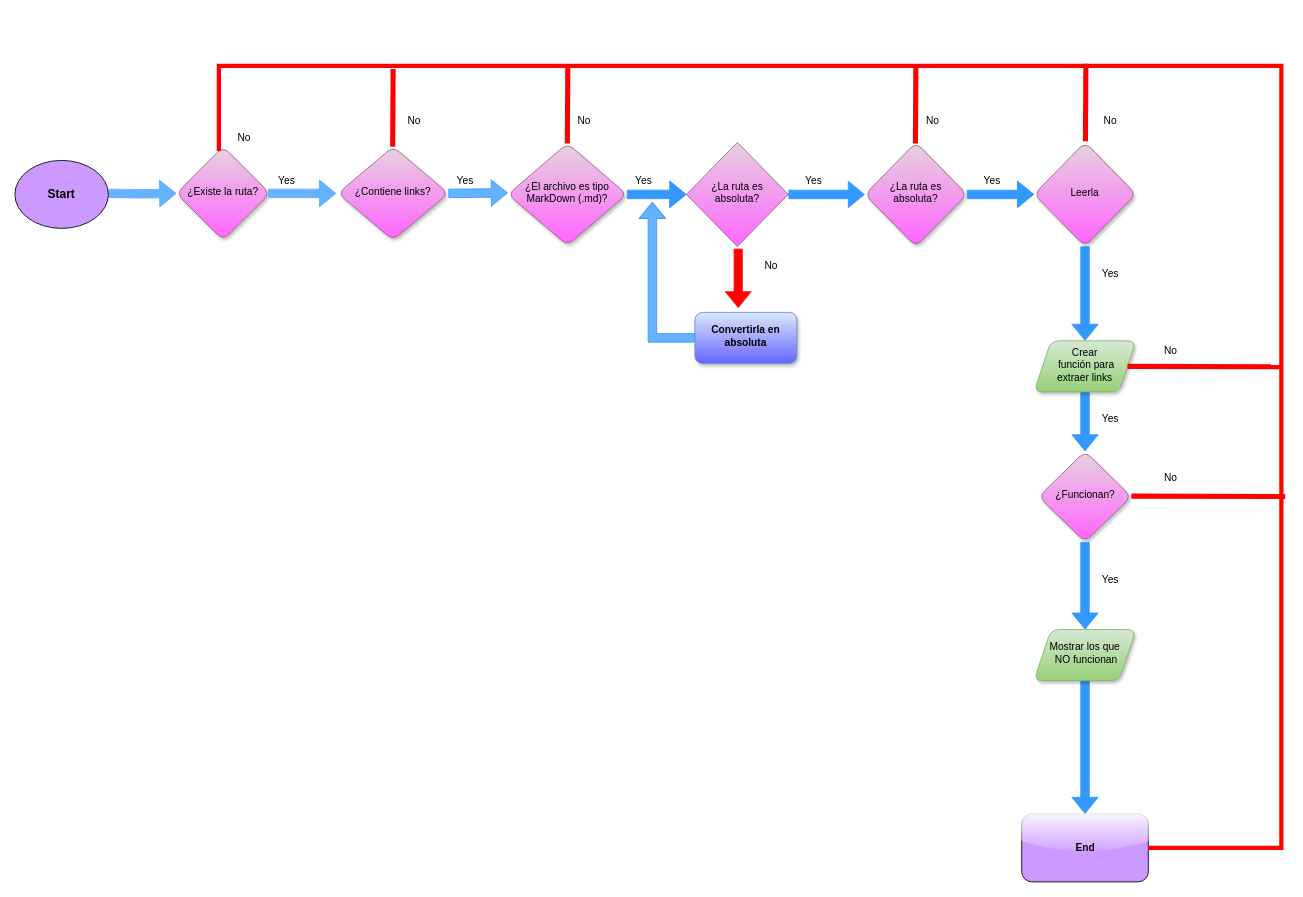
Above: Diagrama sin título.drawio in Laboratoria/DEV001-md-links (draw.io), before the change. Source tidied: cells renumbered, new cells numbered last; positions are measured from the earlier drawing's top-left corner, leaving out a move shared by most shapes. Both pictures are drawn from the tidied source at 85%, with x=0, y=0 at pixel (14, 64).
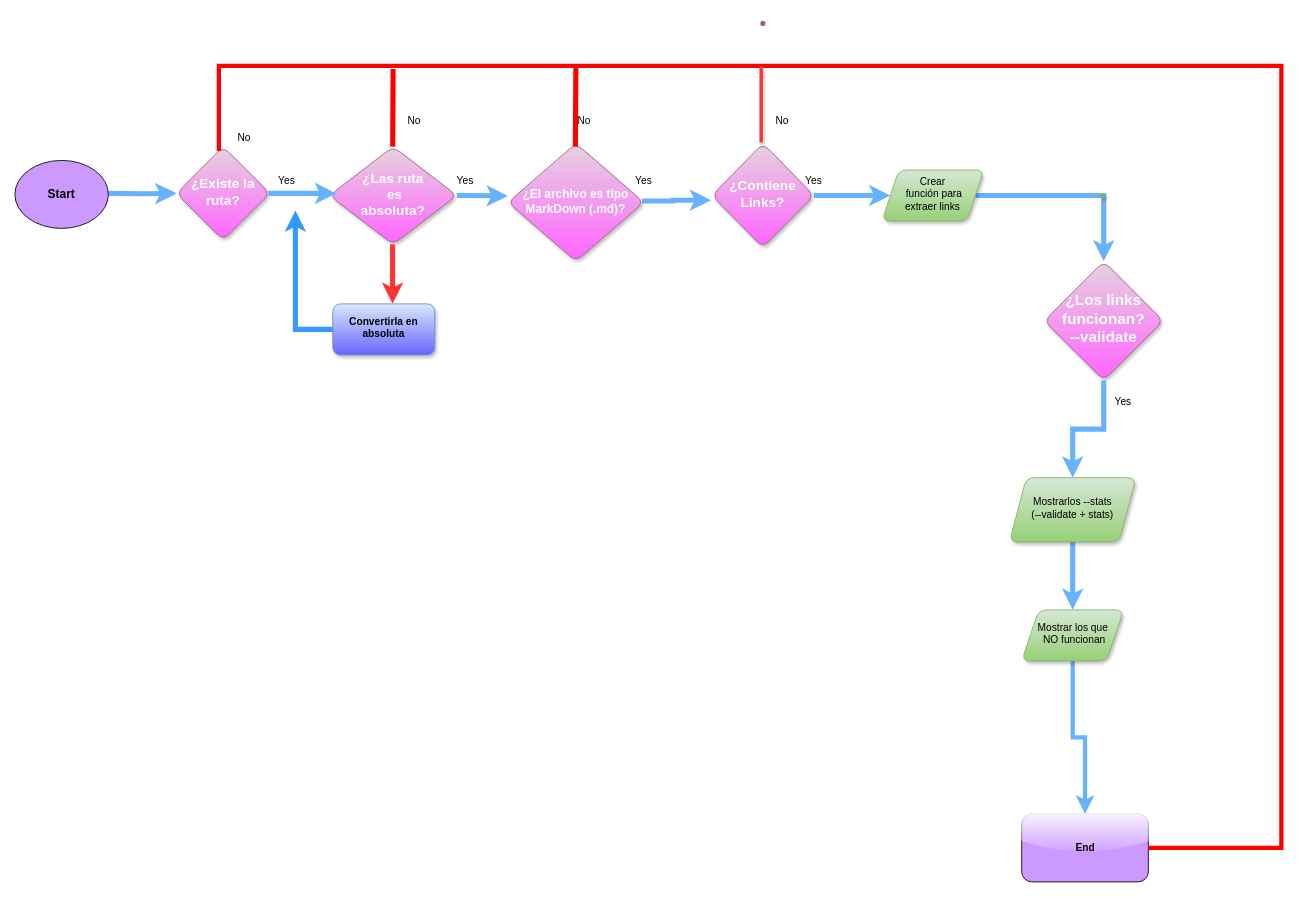
After the change.

Unchanged cells that the change refers to:
```xml
<mxCell id="11" value="&lt;b&gt;End&lt;/b&gt;" style="rounded=1;whiteSpace=wrap;html=1;fontSize=12;glass=1;strokeWidth=1;shadow=0;fillColor=#CC99FF;" parent="1" vertex="1">
  <mxGeometry x="1184.5" y="882" width="149" height="80" as="geometry" />
</mxCell>
```

The edit, as a diff of the source:
```diff
@@
-    <mxCell id="3" style="edgeStyle=orthogonalEdgeStyle;shape=flexArrow;rounded=0;jettySize=auto;html=1;strokeColor=#66B2FF;fontFamily=Helvetica;fillColor=#66B2FF;" parent="1" edge="1" target="12">
+    <mxCell id="3" style="edgeStyle=orthogonalEdgeStyle;rounded=0;jettySize=auto;html=1;strokeColor=#66B2FF;fontFamily=Helvetica;fillColor=#66B2FF;strokeWidth=6;" parent="1" edge="1" target="12">
       <mxGeometry relative="1" as="geometry">
         <mxPoint x="110" y="152" as="sourcePoint" />
       </mxGeometry>
     </mxCell>
@@
-    <mxCell id="5" value="¿Contiene links?" style="rhombus;whiteSpace=wrap;html=1;shadow=1;fontFamily=Helvetica;fontSize=12;align=center;strokeWidth=1;spacing=6;spacingTop=-4;fillColor=#e6d0de;rounded=1;gradientColor=#FF66FF;strokeColor=#996185;" parent="1" vertex="1">
-      <mxGeometry x="380" y="97" width="130" height="110" as="geometry" />
+    <mxCell id="5" value="&lt;font style=&quot;font-size: 16px;&quot; color=&quot;#ffffff&quot;&gt;&lt;b&gt;¿Las ruta&lt;br&gt;&amp;nbsp;es &lt;br&gt;absoluta?&lt;/b&gt;&lt;/font&gt;" style="rhombus;whiteSpace=wrap;html=1;shadow=1;fontFamily=Helvetica;fontSize=12;align=center;strokeWidth=1;spacing=6;spacingTop=-4;fillColor=#e6d0de;rounded=1;gradientColor=#FF66FF;strokeColor=#996185;" parent="1" vertex="1">
+      <mxGeometry x="370" y="97" width="150" height="115" as="geometry" />
     </mxCell>
-    <mxCell id="6" style="edgeStyle=orthogonalEdgeStyle;shape=flexArrow;rounded=0;jettySize=auto;html=1;strokeColor=#3399FF;fontFamily=Helvetica;fillColor=#3399FF;" parent="1" edge="1" source="7" target="16">
-      <mxGeometry relative="1" as="geometry" />
+    <mxCell id="6" style="edgeStyle=orthogonalEdgeStyle;rounded=0;orthogonalLoop=1;jettySize=auto;html=1;strokeColor=#66B2FF;fontFamily=Helvetica;fillColor=#3399FF;strokeWidth=6;" parent="1" edge="1">
+      <mxGeometry relative="1" as="geometry">
+        <mxPoint x="737.9" y="161" as="sourcePoint" />
+        <mxPoint x="819" y="160" as="targetPoint" />
+        <Array as="points">
+          <mxPoint x="774" y="161" />
+          <mxPoint x="774" y="160" />
+        </Array>
+      </mxGeometry>
     </mxCell>
-    <mxCell id="7" value="¿El archivo es tipo MarkDown (.md)?" style="rhombus;whiteSpace=wrap;html=1;shadow=1;fontFamily=Helvetica;fontSize=12;align=center;strokeWidth=1;spacing=6;spacingTop=-4;fillColor=#e6d0de;rounded=1;gradientColor=#FF66FF;strokeColor=#996185;" parent="1" vertex="1">
-      <mxGeometry x="580" y="93.2" width="140" height="120" as="geometry" />
+    <mxCell id="7" value="&lt;font size=&quot;1&quot; color=&quot;#ffffff&quot;&gt;&lt;b style=&quot;font-size: 14px;&quot;&gt;¿El archivo es tipo MarkDown (.md)?&lt;/b&gt;&lt;/font&gt;" style="rhombus;whiteSpace=wrap;html=1;shadow=1;fontFamily=Helvetica;fontSize=12;align=center;strokeWidth=1;spacing=6;spacingTop=-4;fillColor=#e6d0de;rounded=1;gradientColor=#FF66FF;strokeColor=#996185;" parent="1" vertex="1">
+      <mxGeometry x="580" y="93.2" width="160" height="138.8" as="geometry" />
     </mxCell>
     <mxCell id="8" value="&lt;b&gt;Convertirla en absoluta&lt;/b&gt;" style="rounded=1;whiteSpace=wrap;html=1;shadow=1;strokeWidth=1;spacing=6;spacingTop=-4;fillColor=#dae8fc;glass=0;gradientColor=#6666FF;strokeColor=#6c8ebf;" parent="1" vertex="1">
-      <mxGeometry x="800" y="292" width="120" height="60" as="geometry" />
+      <mxGeometry x="374" y="282" width="120" height="60" as="geometry" />
     </mxCell>
-    <mxCell id="9" value="Yes" style="text;html=1;strokeColor=none;fillColor=none;align=center;verticalAlign=middle;whiteSpace=wrap;rounded=0;" parent="1" vertex="1">
+    <mxCell id="9" value="Yes" style="text;html=1;strokeColor=none;fillColor=none;align=center;verticalAlign=middle;whiteSpace=wrap;rounded=0;strokeWidth=6;" parent="1" vertex="1">
       <mxGeometry x="290" y="122" width="60" height="30" as="geometry" />
     </mxCell>
-    <mxCell id="10" value="No" style="text;html=1;strokeColor=none;fillColor=none;align=center;verticalAlign=middle;whiteSpace=wrap;rounded=0;" parent="1" vertex="1">
-      <mxGeometry x="860" y="222" width="60" height="30" as="geometry" />
-    </mxCell>
@@
-    <mxCell id="12" value="¿Existe la ruta?" style="rhombus;whiteSpace=wrap;html=1;shadow=1;fontFamily=Helvetica;fontSize=12;align=center;strokeWidth=1;spacing=6;spacingTop=-4;fillColor=#e6d0de;strokeColor=#996185;rounded=1;gradientColor=#FF66FF;" parent="1" vertex="1">
+    <mxCell id="12" value="&lt;font size=&quot;1&quot; color=&quot;#ffffff&quot;&gt;&lt;b style=&quot;font-size: 16px;&quot;&gt;¿Existe la ruta?&lt;/b&gt;&lt;/font&gt;" style="rhombus;whiteSpace=wrap;html=1;shadow=1;fontFamily=Helvetica;fontSize=12;align=center;strokeWidth=1;spacing=6;spacingTop=-4;fillColor=#e6d0de;strokeColor=#996185;rounded=1;gradientColor=#FF66FF;" parent="1" vertex="1">
       <mxGeometry x="190" y="97" width="110" height="110" as="geometry" />
     </mxCell>
-    <mxCell id="13" style="endArrow=classic;html=1;rounded=0;strokeColor=#3399FF;fontFamily=Helvetica;fillColor=#66B2FF;shape=flexArrow;exitX=1;exitY=0.5;exitDx=0;exitDy=0;" parent="1" edge="1" source="5">
+    <mxCell id="13" style="endArrow=classic;html=1;rounded=0;strokeColor=#66B2FF;fontFamily=Helvetica;fillColor=#66B2FF;exitX=1;exitY=0.5;exitDx=0;exitDy=0;strokeWidth=6;" parent="1" edge="1" source="5">
       <mxGeometry relative="1" as="geometry">
-        <mxPoint x="580" y="151.4" as="targetPoint" />
+        <mxPoint x="580" y="155" as="targetPoint" />
       </mxGeometry>
     </mxCell>
-    <mxCell id="14" style="edgeStyle=orthogonalEdgeStyle;shape=flexArrow;rounded=0;orthogonalLoop=1;jettySize=auto;html=1;strokeColor=#FF3333;fontFamily=Helvetica;fontSize=18;fillColor=#FF0000;entryX=0.417;entryY=0.167;entryDx=0;entryDy=0;entryPerimeter=0;" parent="1" edge="1">
+    <mxCell id="14" style="edgeStyle=orthogonalEdgeStyle;rounded=0;orthogonalLoop=1;jettySize=auto;html=1;strokeColor=#FF3333;fontFamily=Helvetica;fontSize=18;fillColor=#FF0000;strokeWidth=6;" parent="1" edge="1">
       <mxGeometry relative="1" as="geometry">
-        <mxPoint x="851" y="217" as="sourcePoint" />
-        <mxPoint x="851" y="287" as="targetPoint" />
+        <mxPoint x="444.4" y="212" as="sourcePoint" />
+        <mxPoint x="444.4" y="282" as="targetPoint" />
       </mxGeometry>
     </mxCell>
-    <mxCell id="15" style="edgeStyle=orthogonalEdgeStyle;shape=flexArrow;rounded=0;jettySize=auto;html=1;strokeColor=#3399FF;fontFamily=Helvetica;fontSize=18;fillColor=#3399FF;" parent="1" edge="1" source="16" target="22">
-      <mxGeometry relative="1" as="geometry" />
-    </mxCell>
+    <mxCell id="51" style="edgeStyle=orthogonalEdgeStyle;rounded=0;jettySize=auto;html=1;strokeColor=#66B2FF;strokeWidth=6;fontFamily=Helvetica;fontSize=18;fontColor=#FFFFFF;fillColor=#3399FF;" parent="1" edge="1" source="16" target="37">
+      <mxGeometry relative="1" as="geometry" />
+    </mxCell>
-    <mxCell id="16" value="¿La ruta es absoluta?" style="rhombus;whiteSpace=wrap;html=1;shadow=0;fontFamily=Helvetica;fontSize=12;align=center;strokeWidth=1;spacing=6;spacingTop=-4;fillColor=#e6d0de;gradientColor=#FF66FF;strokeColor=#996185;" parent="1" vertex="1">
-      <mxGeometry x="790" y="92" width="120" height="122.5" as="geometry" />
+    <mxCell id="16" value="&lt;b style=&quot;font-size: 16px;&quot;&gt;&lt;font color=&quot;#ffffff&quot;&gt;¿Contiene&lt;br&gt;Links?&lt;/font&gt;&lt;/b&gt;" style="rhombus;whiteSpace=wrap;html=1;shadow=1;fontFamily=Helvetica;fontSize=12;align=center;strokeWidth=1;spacing=6;spacingTop=-4;fillColor=#e6d0de;gradientColor=#FF66FF;strokeColor=#996185;rounded=1;" parent="1" vertex="1">
+      <mxGeometry x="820" y="93.2" width="120" height="122.5" as="geometry" />
     </mxCell>
-    <mxCell id="17" style="shape=flexArrow;endArrow=classic;html=1;rounded=0;strokeColor=#66B2FF;fontFamily=Helvetica;fillColor=#66B2FF;entryX=0;entryY=0.5;entryDx=0;entryDy=0;" parent="1" edge="1">
+    <mxCell id="17" style="endArrow=classic;html=1;rounded=0;strokeColor=#66B2FF;fontFamily=Helvetica;fillColor=#66B2FF;entryX=0;entryY=0.5;entryDx=0;entryDy=0;strokeWidth=6;" parent="1" edge="1">
       <mxGeometry relative="1" as="geometry">
         <mxPoint x="298" y="152" as="sourcePoint" />
         <mxPoint x="378" y="152" as="targetPoint" />
         <Array as="points">
           <mxPoint x="368" y="152" />
         </Array>
       </mxGeometry>
     </mxCell>
@@
-    <mxCell id="20" style="endArrow=classic;html=1;rounded=0;strokeColor=#3399FF;fontFamily=Helvetica;fillColor=#66B2FF;shape=flexArrow;exitX=0;exitY=0.5;exitDx=0;exitDy=0;" parent="1" edge="1" source="8">
+    <mxCell id="20" style="endArrow=classic;html=1;rounded=0;strokeColor=#3399FF;fontFamily=Helvetica;fillColor=#66B2FF;exitX=0;exitY=0.5;exitDx=0;exitDy=0;strokeWidth=6;" parent="1" edge="1" source="8">
       <mxGeometry relative="1" as="geometry">
-        <mxPoint x="750" y="162" as="targetPoint" />
+        <mxPoint x="330" y="172" as="targetPoint" />
         <Array as="points">
-          <mxPoint x="750" y="322" />
+          <mxPoint x="330" y="312" />
+          <mxPoint x="330" y="282" />
         </Array>
       </mxGeometry>
     </mxCell>
-    <mxCell id="21" style="edgeStyle=orthogonalEdgeStyle;shape=flexArrow;rounded=0;jettySize=auto;html=1;strokeColor=#3399FF;fontFamily=Helvetica;fontSize=18;fontColor=#FFFFFF;fillColor=#3399FF;" parent="1" edge="1" source="22" target="25">
-      <mxGeometry relative="1" as="geometry" />
-    </mxCell>
-    <mxCell id="22" value="¿La ruta es absoluta?" style="rhombus;whiteSpace=wrap;html=1;shadow=1;fontFamily=Helvetica;fontSize=12;align=center;strokeWidth=1;spacing=6;spacingTop=-4;fillColor=#e6d0de;rounded=1;gradientColor=#FF66FF;strokeColor=#996185;" parent="1" vertex="1">
-      <mxGeometry x="1000" y="92" width="120" height="122.5" as="geometry" />
-    </mxCell>
@@
-    <mxCell id="24" style="edgeStyle=orthogonalEdgeStyle;shape=flexArrow;rounded=0;jettySize=auto;html=1;strokeColor=#3399FF;fontFamily=Helvetica;fontSize=18;fontColor=#FFFFFF;fillColor=#3399FF;" parent="1" edge="1" source="25" target="37">
-      <mxGeometry relative="1" as="geometry" />
-    </mxCell>
-    <mxCell id="25" value="Leerla" style="rhombus;whiteSpace=wrap;html=1;shadow=1;fontFamily=Helvetica;fontSize=12;align=center;strokeWidth=1;spacing=6;spacingTop=-4;fillColor=#e6d0de;rounded=1;gradientColor=#FF66FF;strokeColor=#996185;" parent="1" vertex="1">
-      <mxGeometry x="1199" y="91.8" width="120" height="122.5" as="geometry" />
-    </mxCell>
-    <mxCell id="26" style="endArrow=none;html=1;rounded=0;strokeColor=#FF0000;fontFamily=Helvetica;fontSize=18;fontColor=#FFFFFF;fillColor=#FF3333;strokeWidth=6;" parent="1" edge="1">
-      <mxGeometry relative="1" as="geometry">
-        <mxPoint x="1059.5" y="93.2" as="sourcePoint" />
-        <mxPoint x="1060" y="2" as="targetPoint" />
-      </mxGeometry>
-    </mxCell>
-    <mxCell id="27" style="endArrow=none;html=1;rounded=0;strokeColor=#FF0000;fontFamily=Helvetica;fontSize=18;fontColor=#FFFFFF;fillColor=#FF3333;strokeWidth=6;" parent="1" edge="1">
-      <mxGeometry relative="1" as="geometry">
-        <mxPoint x="1259.5" y="90.8" as="sourcePoint" />
-        <mxPoint x="1260" y="-0.5" as="targetPoint" />
-      </mxGeometry>
-    </mxCell>
@@
     <mxCell id="29" style="endArrow=none;html=1;rounded=0;strokeColor=#FF0000;fontFamily=Helvetica;fontSize=18;fontColor=#FFFFFF;fillColor=#FF3333;strokeWidth=6;" parent="1" edge="1">
       <mxGeometry relative="1" as="geometry">
-        <mxPoint x="650" y="93.2" as="sourcePoint" />
-        <mxPoint x="650.5" y="2" as="targetPoint" />
+        <mxPoint x="659.4" y="97" as="sourcePoint" />
+        <mxPoint x="660" y="2" as="targetPoint" />
       </mxGeometry>
     </mxCell>
@@
     <mxCell id="34" value="No" style="text;html=1;strokeColor=none;fillColor=none;align=center;verticalAlign=middle;whiteSpace=wrap;rounded=0;" parent="1" vertex="1">
-      <mxGeometry x="1050" y="52" width="60" height="30" as="geometry" />
+      <mxGeometry x="873" y="52" width="60" height="30" as="geometry" />
     </mxCell>
-    <mxCell id="35" value="No" style="text;html=1;strokeColor=none;fillColor=none;align=center;verticalAlign=middle;whiteSpace=wrap;rounded=0;" parent="1" vertex="1">
-      <mxGeometry x="1259" y="52" width="60" height="30" as="geometry" />
-    </mxCell>
-    <mxCell id="36" style="edgeStyle=orthogonalEdgeStyle;shape=flexArrow;rounded=0;jettySize=auto;html=1;strokeColor=#3399FF;fontFamily=Helvetica;fontSize=18;fontColor=#FFFFFF;fillColor=#3399FF;" parent="1" edge="1" source="37" target="39">
-      <mxGeometry relative="1" as="geometry" />
-    </mxCell>
-    <mxCell id="37" value="Crear&lt;br&gt;&amp;nbsp;función para&lt;br&gt;extraer links" style="shape=parallelogram;perimeter=parallelogramPerimeter;whiteSpace=wrap;html=1;fixedSize=1;fillColor=#d5e8d4;shadow=1;strokeWidth=1;spacing=6;spacingTop=-4;gradientColor=#97d077;strokeColor=#82b366;rounded=1;" parent="1" vertex="1">
-      <mxGeometry x="1199" y="325.5" width="120" height="60" as="geometry" />
-    </mxCell>
-    <mxCell id="38" style="edgeStyle=orthogonalEdgeStyle;shape=flexArrow;rounded=0;jettySize=auto;html=1;strokeColor=#3399FF;fontFamily=Helvetica;fontSize=18;fontColor=#FFFFFF;fillColor=#3399FF;" parent="1" edge="1" source="39" target="43">
-      <mxGeometry relative="1" as="geometry" />
-    </mxCell>
-    <mxCell id="39" value="¿Funcionan?" style="rhombus;whiteSpace=wrap;html=1;fillColor=#e6d0de;shadow=1;strokeWidth=1;spacing=6;spacingTop=-4;gradientColor=#FF66FF;strokeColor=#996185;rounded=1;" parent="1" vertex="1">
-      <mxGeometry x="1204.5" y="455.5" width="109" height="106.5" as="geometry" />
-    </mxCell>
-    <mxCell id="40" style="endArrow=none;html=1;rounded=0;strokeColor=#FF0000;fontFamily=Helvetica;fontSize=18;fontColor=#FFFFFF;fillColor=#FF3333;exitX=1;exitY=0.5;exitDx=0;exitDy=0;strokeWidth=6;" parent="1" edge="1" source="37">
-      <mxGeometry relative="1" as="geometry">
-        <mxPoint x="1490" y="356" as="targetPoint" />
-      </mxGeometry>
-    </mxCell>
-    <mxCell id="41" value="No" style="text;html=1;strokeColor=none;fillColor=none;align=center;verticalAlign=middle;whiteSpace=wrap;rounded=0;" parent="1" vertex="1">
-      <mxGeometry x="1330" y="322" width="60" height="30" as="geometry" />
-    </mxCell>
-    <mxCell id="42" style="edgeStyle=orthogonalEdgeStyle;shape=flexArrow;rounded=0;jettySize=auto;html=1;strokeColor=#3399FF;fontFamily=Helvetica;fontSize=18;fontColor=#FFFFFF;fillColor=#3399FF;" parent="1" edge="1" source="43" target="11">
+    <mxCell id="42" style="edgeStyle=orthogonalEdgeStyle;rounded=0;jettySize=auto;html=1;strokeColor=#66B2FF;fontFamily=Helvetica;fontSize=18;fontColor=#FFFFFF;fillColor=#3399FF;strokeWidth=5;" parent="1" edge="1" source="43" target="11">
       <mxGeometry relative="1" as="geometry" />
     </mxCell>
     <mxCell id="43" value="Mostrar los que&lt;br&gt;&amp;nbsp;NO funcionan" style="shape=parallelogram;perimeter=parallelogramPerimeter;whiteSpace=wrap;html=1;fixedSize=1;fillColor=#d5e8d4;shadow=1;strokeWidth=1;spacing=6;spacingTop=-4;gradientColor=#97d077;strokeColor=#82b366;rounded=1;" parent="1" vertex="1">
-      <mxGeometry x="1199" y="665.2" width="120" height="60" as="geometry" />
+      <mxGeometry x="1184.5" y="642" width="120" height="60" as="geometry" />
     </mxCell>
-    <mxCell id="44" style="endArrow=none;html=1;rounded=0;strokeColor=#FF0000;fontFamily=Helvetica;fontSize=18;fontColor=#FFFFFF;fillColor=#FF3333;exitX=1;exitY=0.5;exitDx=0;exitDy=0;strokeWidth=6;" parent="1" edge="1">
-      <mxGeometry relative="1" as="geometry">
-        <mxPoint x="1313.5" y="508.2" as="sourcePoint" />
-        <mxPoint x="1494.5" y="508.7" as="targetPoint" />
-      </mxGeometry>
-    </mxCell>
-    <mxCell id="45" value="No" style="text;html=1;strokeColor=none;fillColor=none;align=center;verticalAlign=middle;whiteSpace=wrap;rounded=0;" parent="1" vertex="1">
-      <mxGeometry x="1330" y="472" width="60" height="30" as="geometry" />
-    </mxCell>
-    <mxCell id="46" value="Yes" style="text;html=1;strokeColor=none;fillColor=none;align=center;verticalAlign=middle;whiteSpace=wrap;rounded=0;" parent="1" vertex="1">
-      <mxGeometry x="1120" y="122" width="60" height="30" as="geometry" />
-    </mxCell>
-    <mxCell id="47" value="Yes" style="text;html=1;strokeColor=none;fillColor=none;align=center;verticalAlign=middle;whiteSpace=wrap;rounded=0;" parent="1" vertex="1">
-      <mxGeometry x="1259" y="232" width="60" height="30" as="geometry" />
-    </mxCell>
-    <mxCell id="48" value="Yes" style="text;html=1;strokeColor=none;fillColor=none;align=center;verticalAlign=middle;whiteSpace=wrap;rounded=0;" parent="1" vertex="1">
-      <mxGeometry x="1259" y="402" width="60" height="30" as="geometry" />
-    </mxCell>
-    <mxCell id="49" value="Yes" style="text;html=1;strokeColor=none;fillColor=none;align=center;verticalAlign=middle;whiteSpace=wrap;rounded=0;" parent="1" vertex="1">
-      <mxGeometry x="1259" y="592" width="60" height="30" as="geometry" />
-    </mxCell>
@@
+    <mxCell id="52" style="edgeStyle=orthogonalEdgeStyle;rounded=0;jettySize=auto;html=1;strokeColor=#66B2FF;strokeWidth=6;fontFamily=Helvetica;fontSize=18;fontColor=#FFFFFF;fillColor=#3399FF;" parent="1" edge="1" source="37" target="57">
+      <mxGeometry relative="1" as="geometry" />
+    </mxCell>
+    <mxCell id="37" value="Crear&lt;br style=&quot;border-color: var(--border-color);&quot;&gt;&amp;nbsp;función para&lt;br style=&quot;border-color: var(--border-color);&quot;&gt;extraer links" style="shape=parallelogram;perimeter=parallelogramPerimeter;whiteSpace=wrap;html=1;fixedSize=1;shadow=1;strokeWidth=1;spacing=6;spacingTop=-4;fillColor=#d5e8d4;gradientColor=#97d077;strokeColor=#82b366;rounded=1;" parent="1" vertex="1">
+      <mxGeometry x="1020" y="124.5" width="120" height="60" as="geometry" />
+    </mxCell>
+    <mxCell id="53" style="shape=waypoint;sketch=0;size=6;fillColor=#d5e8d4;perimeter=centerPerimeter;strokeColor=#82b366;shadow=1;strokeWidth=1;spacing=6;spacingTop=-4;gradientColor=#97d077;rounded=1;" parent="1" vertex="1">
+      <mxGeometry x="1270" y="144.5" width="20" height="20" as="geometry" />
+    </mxCell>
+    <mxCell id="54" style="shape=waypoint;sketch=0;size=6;fillColor=#e6d0de;perimeter=centerPerimeter;strokeColor=#996185;shadow=0;strokeWidth=1;spacing=6;spacingTop=-4;gradientColor=#FF66FF;" parent="1" vertex="1">
+      <mxGeometry x="870" y="-58" width="20" height="20" as="geometry" />
+    </mxCell>
+    <mxCell id="55" style="line;strokeWidth=4;direction=south;html=1;perimeter=backbonePerimeter;rounded=1;shadow=1;glass=1;labelBackgroundColor=#FFFFFF;sketch=0;fontFamily=Helvetica;fontSize=18;fontColor=#FFFFFF;fillColor=#00CC66;gradientColor=#6666FF;strokeColor=#FF3333;" parent="1" vertex="1">
+      <mxGeometry x="873" y="2" width="10" height="90" as="geometry" />
+    </mxCell>
+    <mxCell id="56" style="edgeStyle=orthogonalEdgeStyle;rounded=0;jettySize=auto;html=1;strokeColor=#66B2FF;strokeWidth=6;fontFamily=Helvetica;fontSize=16;fontColor=#FFFFFF;fillColor=#3399FF;" parent="1" edge="1" source="57" target="59">
+      <mxGeometry relative="1" as="geometry" />
+    </mxCell>
+    <mxCell id="57" value="&lt;font style=&quot;font-size: 18px;&quot; color=&quot;#ffffff&quot;&gt;&lt;b&gt;¿Los links&lt;br&gt;funcionan?&lt;br&gt;--validate&lt;br&gt;&lt;/b&gt;&lt;/font&gt;" style="rhombus;whiteSpace=wrap;html=1;fillColor=#e6d0de;strokeColor=#996185;shadow=1;strokeWidth=1;spacing=6;spacingTop=-4;gradientColor=#FF66FF;rounded=1;" parent="1" vertex="1">
+      <mxGeometry x="1211" y="232" width="140" height="140" as="geometry" />
+    </mxCell>
+    <mxCell id="58" style="edgeStyle=orthogonalEdgeStyle;rounded=0;jettySize=auto;html=1;strokeColor=#66B2FF;strokeWidth=6;fontFamily=Helvetica;fontSize=16;fontColor=#FFFFFF;fillColor=#3399FF;" parent="1" edge="1" source="59" target="43">
+      <mxGeometry relative="1" as="geometry" />
+    </mxCell>
+    <mxCell id="59" value="Mostrarlos --stats&lt;br&gt;(--validate + stats)" style="shape=parallelogram;perimeter=parallelogramPerimeter;whiteSpace=wrap;html=1;fixedSize=1;fillColor=#d5e8d4;strokeColor=#82b366;shadow=1;strokeWidth=1;spacing=6;spacingTop=-4;gradientColor=#97d077;rounded=1;" parent="1" vertex="1">
+      <mxGeometry x="1170" y="486.5" width="149" height="75.5" as="geometry" />
+    </mxCell>
+    <mxCell id="60" value="Yes" style="text;html=1;strokeColor=none;fillColor=none;align=center;verticalAlign=middle;whiteSpace=wrap;rounded=0;" parent="1" vertex="1">
+      <mxGeometry x="1273.5" y="382" width="60" height="30" as="geometry" />
+    </mxCell>
```
